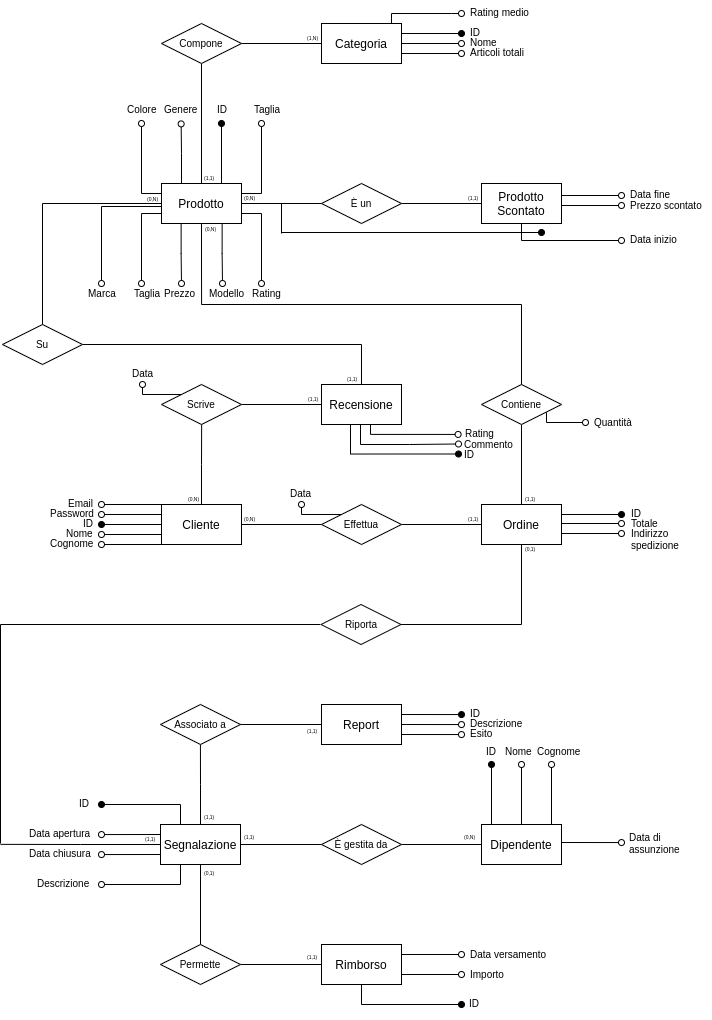
krosspile/ecommerce_database keeps this draw.io diagram as docs/images/schema_finale.png. Above is the earlier version. Source tidied: cells renumbered, new cells last; positions are measured from the earlier drawing's top-left corner, leaving out a move shared by most shapes.
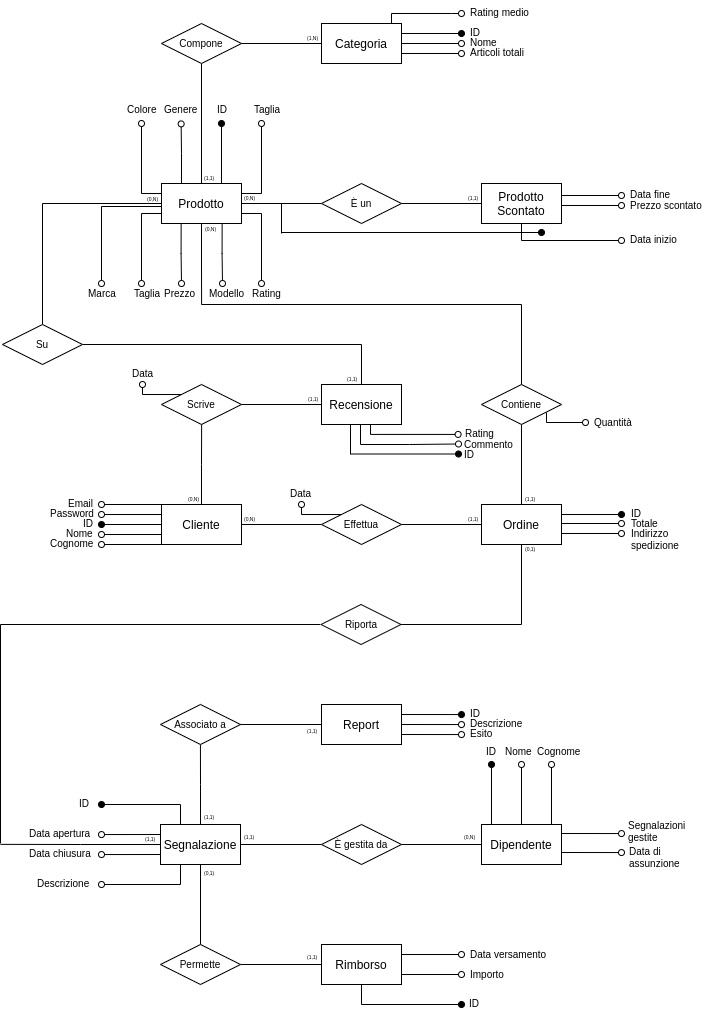
After the commit.

Commit message:
fix(docs): details in scheme

What changed in the source:
```diff
@@ -192,8 +192,8 @@
     </mxCell>
     <mxCell id="48" style="edgeStyle=orthogonalEdgeStyle;rounded=0;orthogonalLoop=1;jettySize=auto;html=1;exitX=1;exitY=0.25;exitDx=0;exitDy=0;fontSize=5;endArrow=oval;endFill=0;" parent="1" edge="1">
       <mxGeometry relative="1" as="geometry">
-        <mxPoint x="561" y="842" as="sourcePoint" />
-        <mxPoint x="621" y="842" as="targetPoint" />
+        <mxPoint x="561" y="852" as="sourcePoint" />
+        <mxPoint x="621" y="852" as="targetPoint" />
       </mxGeometry>
     </mxCell>
     <mxCell id="49" value="Dipendente" style="whiteSpace=wrap;html=1;align=center;" parent="1" vertex="1">
@@ -599,7 +599,7 @@
       <mxGeometry x="199" y="220" width="30" height="14" as="geometry" />
     </mxCell>
     <mxCell id="143" value="Data di &#10;assunzione" style="text;strokeColor=none;fillColor=none;spacingLeft=4;spacingRight=4;overflow=hidden;fontSize=10;" parent="1" vertex="1">
-      <mxGeometry x="623" y="825" width="69" height="33" as="geometry" />
+      <mxGeometry x="623" y="839" width="69" height="33" as="geometry" />
     </mxCell>
     <mxCell id="144" style="edgeStyle=orthogonalEdgeStyle;rounded=0;jettySize=auto;html=1;exitX=0.5;exitY=0;exitDx=0;exitDy=0;entryX=0;entryY=0.5;entryDx=0;entryDy=0;fontSize=5;endArrow=none;endFill=0;" parent="1" edge="1" source="146" target="93">
       <mxGeometry relative="1" as="geometry" />
@@ -648,5 +648,14 @@
     <mxCell id="154" value="Commento" style="text;strokeColor=none;fillColor=none;spacingLeft=4;spacingRight=4;overflow=hidden;points=[[0,0.5],[1,0.5]];portConstraint=eastwest;fontSize=10;" parent="1" vertex="1">
       <mxGeometry x="458" y="432" width="66" height="23" as="geometry" />
     </mxCell>
+    <mxCell id="155" style="edgeStyle=orthogonalEdgeStyle;rounded=0;orthogonalLoop=1;jettySize=auto;html=1;exitX=1;exitY=0.25;exitDx=0;exitDy=0;fontSize=5;endArrow=oval;endFill=0;" parent="1" edge="1">
+      <mxGeometry relative="1" as="geometry">
+        <mxPoint x="561" y="833" as="sourcePoint" />
+        <mxPoint x="621" y="833" as="targetPoint" />
+      </mxGeometry>
+    </mxCell>
+    <mxCell id="156" value="Segnalazioni&#10;gestite" style="text;strokeColor=none;fillColor=none;spacingLeft=4;spacingRight=4;overflow=hidden;fontSize=10;" parent="1" vertex="1">
+      <mxGeometry x="622" y="813" width="68" height="33" as="geometry" />
+    </mxCell>
   </root>
 </mxGraphModel>
```
